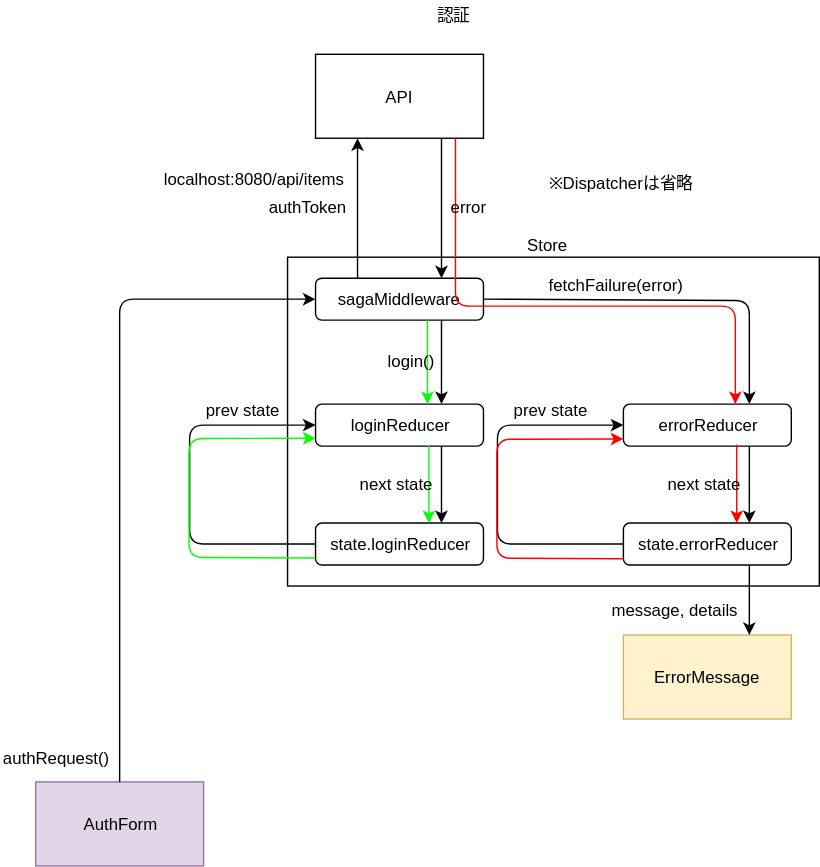
Above: diagram/dataFlow/auth.svg in emgniddikur/react-app (draw.io), before the change. Source tidied: cells renumbered, new cells last; positions are measured from the earlier drawing's top-left corner, leaving out a move shared by most shapes.
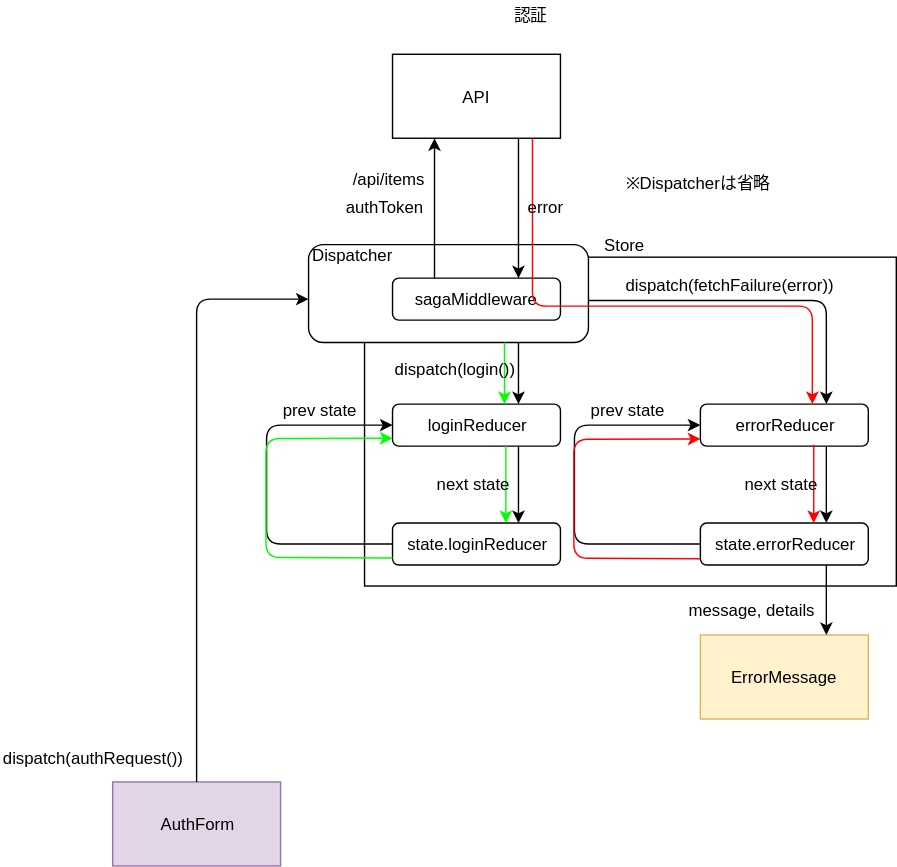
Above is the later version.

Change to the diagram source:
```diff
@@ -2,9 +2,12 @@
   <root>
     <mxCell id="0" />
     <mxCell id="1" parent="0" />
-    <mxCell id="2" style="rounded=0;whiteSpace=wrap;html=1;" parent="1" vertex="1">
-      <mxGeometry x="205" y="183" width="380" height="235" as="geometry" />
-    </mxCell>
+    <mxCell id="41" style="rounded=0;whiteSpace=wrap;html=1;" parent="1" vertex="1">
+      <mxGeometry x="205" y="183" width="380" height="235" as="geometry" />
+    </mxCell>
+    <mxCell id="42" value="Dispatcher&amp;nbsp; &amp;nbsp; &amp;nbsp; &amp;nbsp; &amp;nbsp; &amp;nbsp; &amp;nbsp; &amp;nbsp; &amp;nbsp; &amp;nbsp; &amp;nbsp; &amp;nbsp; &amp;nbsp; &amp;nbsp; &amp;nbsp; &amp;nbsp; &amp;nbsp; &amp;nbsp; &amp;nbsp; &amp;nbsp; &amp;nbsp; &amp;nbsp; &amp;nbsp; &amp;nbsp;&lt;br&gt;&lt;br&gt;&lt;br&gt;&lt;br&gt;" style="rounded=1;whiteSpace=wrap;html=1;" parent="1" vertex="1">
+      <mxGeometry x="165" y="174" width="200" height="70" as="geometry" />
+    </mxCell>
     <mxCell id="3" value="API&lt;br&gt;" style="rounded=0;whiteSpace=wrap;html=1;" parent="1" vertex="1">
       <mxGeometry x="225" y="38" width="120" height="60" as="geometry" />
     </mxCell>
@@ -20,31 +23,34 @@
     <mxCell id="7" value="loginReducer" style="rounded=1;whiteSpace=wrap;html=1;" parent="1" vertex="1">
       <mxGeometry x="225" y="288" width="120" height="30" as="geometry" />
     </mxCell>
-    <mxCell id="8" style="endArrow=classic;html=1;entryX=0.75;entryY=0;entryDx=0;entryDy=0;exitX=0.75;exitY=1;exitDx=0;exitDy=0;" parent="1" edge="1" source="4" target="7">
-      <mxGeometry relative="1" as="geometry" />
-    </mxCell>
+    <mxCell id="43" style="endArrow=classic;html=1;entryX=0.75;entryY=0;entryDx=0;entryDy=0;" parent="1" edge="1" target="7">
+      <mxGeometry relative="1" as="geometry">
+        <mxPoint x="315" y="244" as="sourcePoint" />
+      </mxGeometry>
+    </mxCell>
     <mxCell id="9" value="authToken" style="text;html=1;align=left;verticalAlign=top;spacingTop=-4;" parent="1" vertex="1">
       <mxGeometry x="190" y="138" width="70" height="20" as="geometry" />
     </mxCell>
-    <mxCell id="10" value="localhost:8080/api/items" style="text;html=1;align=left;verticalAlign=top;spacingTop=-4;" parent="1" vertex="1">
-      <mxGeometry x="115" y="118" width="140" height="20" as="geometry" />
-    </mxCell>
+    <mxCell id="44" value="/api/items" style="text;html=1;align=left;verticalAlign=top;spacingTop=-4;" parent="1" vertex="1">
+      <mxGeometry x="195" y="118" width="70" height="20" as="geometry" />
+    </mxCell>
     <mxCell id="11" value="errorReducer&lt;br&gt;" style="rounded=1;whiteSpace=wrap;html=1;" parent="1" vertex="1">
       <mxGeometry x="445" y="288" width="120" height="30" as="geometry" />
     </mxCell>
-    <mxCell id="12" style="endArrow=classic;html=1;entryX=0.75;entryY=0;entryDx=0;entryDy=0;exitX=1;exitY=0.5;exitDx=0;exitDy=0;" parent="1" edge="1" source="4" target="11">
-      <mxGeometry relative="1" as="geometry">
-        <Array as="points">
-          <mxPoint x="535" y="214" />
-        </Array>
-      </mxGeometry>
-    </mxCell>
+    <mxCell id="45" style="endArrow=classic;html=1;entryX=0.75;entryY=0;entryDx=0;entryDy=0;" parent="1" edge="1" target="11">
+      <mxGeometry relative="1" as="geometry">
+        <mxPoint x="365" y="214" as="sourcePoint" />
+        <Array as="points">
+          <mxPoint x="535" y="214" />
+        </Array>
+      </mxGeometry>
+    </mxCell>
     <mxCell id="13" value="state.loginReducer" style="rounded=1;whiteSpace=wrap;html=1;" parent="1" vertex="1">
       <mxGeometry x="225" y="373" width="120" height="30" as="geometry" />
     </mxCell>
-    <mxCell id="14" style="endArrow=classic;html=1;entryX=0.75;entryY=0;entryDx=0;entryDy=0;exitX=0.75;exitY=1;exitDx=0;exitDy=0;" parent="1" edge="1" source="7" target="13">
-      <mxGeometry relative="1" as="geometry" />
-    </mxCell>
+    <mxCell id="46" style="endArrow=classic;html=1;entryX=0.75;entryY=0;entryDx=0;entryDy=0;exitX=0.75;exitY=1;exitDx=0;exitDy=0;" parent="1" edge="1" source="7" target="13">
+      <mxGeometry relative="1" as="geometry" />
+    </mxCell>
     <mxCell id="15" style="endArrow=classic;html=1;entryX=0;entryY=0.5;entryDx=0;entryDy=0;exitX=0;exitY=0.5;exitDx=0;exitDy=0;" parent="1" edge="1" source="13" target="7">
       <mxGeometry relative="1" as="geometry">
         <Array as="points">
@@ -57,32 +63,32 @@
     <mxCell id="16" value="state.errorReducer" style="rounded=1;whiteSpace=wrap;html=1;" parent="1" vertex="1">
       <mxGeometry x="445" y="373" width="120" height="30" as="geometry" />
     </mxCell>
-    <mxCell id="17" style="endArrow=classic;html=1;entryX=0.75;entryY=0;entryDx=0;entryDy=0;" parent="1" edge="1">
-      <mxGeometry relative="1" as="geometry">
-        <mxPoint x="535" y="318" as="sourcePoint" />
-        <mxPoint x="535" y="373" as="targetPoint" />
-      </mxGeometry>
-    </mxCell>
-    <mxCell id="18" value="prev state" style="text;html=1;align=left;verticalAlign=top;spacingTop=-4;" parent="1" vertex="1">
-      <mxGeometry x="145" y="283" width="70" height="20" as="geometry" />
-    </mxCell>
-    <mxCell id="19" style="endArrow=classic;html=1;entryX=0;entryY=0.5;entryDx=0;entryDy=0;exitX=0;exitY=0.5;exitDx=0;exitDy=0;" parent="1" edge="1">
-      <mxGeometry relative="1" as="geometry">
-        <mxPoint x="445" y="388" as="sourcePoint" />
-        <mxPoint x="445" y="303" as="targetPoint" />
-        <Array as="points">
-          <mxPoint x="355" y="388" />
-          <mxPoint x="355" y="348" />
-          <mxPoint x="355" y="303" />
-        </Array>
-      </mxGeometry>
-    </mxCell>
-    <mxCell id="20" value="prev state" style="text;html=1;align=left;verticalAlign=top;spacingTop=-4;" parent="1" vertex="1">
-      <mxGeometry x="365" y="283" width="70" height="20" as="geometry" />
-    </mxCell>
-    <mxCell id="21" value="fetchFailure(error)" style="text;html=1;align=left;verticalAlign=top;spacingTop=-4;" parent="1" vertex="1">
-      <mxGeometry x="390" y="194" width="110" height="20" as="geometry" />
-    </mxCell>
+    <mxCell id="47" style="endArrow=classic;html=1;entryX=0.75;entryY=0;entryDx=0;entryDy=0;" parent="1" edge="1">
+      <mxGeometry relative="1" as="geometry">
+        <mxPoint x="535" y="318" as="sourcePoint" />
+        <mxPoint x="535" y="373" as="targetPoint" />
+      </mxGeometry>
+    </mxCell>
+    <mxCell id="48" value="prev state" style="text;html=1;align=left;verticalAlign=top;spacingTop=-4;" parent="1" vertex="1">
+      <mxGeometry x="145" y="283" width="70" height="20" as="geometry" />
+    </mxCell>
+    <mxCell id="49" style="endArrow=classic;html=1;entryX=0;entryY=0.5;entryDx=0;entryDy=0;exitX=0;exitY=0.5;exitDx=0;exitDy=0;" parent="1" edge="1">
+      <mxGeometry relative="1" as="geometry">
+        <mxPoint x="445" y="388" as="sourcePoint" />
+        <mxPoint x="445" y="303" as="targetPoint" />
+        <Array as="points">
+          <mxPoint x="355" y="388" />
+          <mxPoint x="355" y="348" />
+          <mxPoint x="355" y="303" />
+        </Array>
+      </mxGeometry>
+    </mxCell>
+    <mxCell id="50" value="prev state" style="text;html=1;align=left;verticalAlign=top;spacingTop=-4;" parent="1" vertex="1">
+      <mxGeometry x="365" y="283" width="70" height="20" as="geometry" />
+    </mxCell>
+    <mxCell id="51" value="dispatch(fetchFailure(error))" style="text;html=1;align=left;verticalAlign=top;spacingTop=-4;" parent="1" vertex="1">
+      <mxGeometry x="390" y="194" width="160" height="20" as="geometry" />
+    </mxCell>
     <mxCell id="22" value="AuthForm" style="rounded=0;whiteSpace=wrap;html=1;fillColor=#e1d5e7;strokeColor=#9673a6;" parent="1" vertex="1">
       <mxGeometry x="25" y="558" width="120" height="60" as="geometry" />
     </mxCell>
@@ -95,70 +101,72 @@
     <mxCell id="25" value="message, details&lt;br&gt;" style="text;html=1;align=left;verticalAlign=top;spacingTop=-4;" parent="1" vertex="1">
       <mxGeometry x="435" y="425.5" width="110" height="20" as="geometry" />
     </mxCell>
-    <mxCell id="26" style="endArrow=classic;html=1;entryX=0;entryY=0.5;entryDx=0;entryDy=0;exitX=0.5;exitY=0;exitDx=0;exitDy=0;" parent="1" edge="1" source="22" target="4">
-      <mxGeometry relative="1" as="geometry">
-        <Array as="points">
-          <mxPoint x="85" y="213" />
-        </Array>
-      </mxGeometry>
-    </mxCell>
-    <mxCell id="27" value="authRequest()" style="text;html=1;align=left;verticalAlign=top;spacingTop=-4;" parent="1" vertex="1">
-      <mxGeometry y="532" width="90" height="20" as="geometry" />
-    </mxCell>
-    <mxCell id="28" style="endArrow=classic;html=1;strokeColor=#FF0000;entryX=0.667;entryY=0.013;entryDx=0;entryDy=0;entryPerimeter=0;" parent="1" edge="1" target="11">
-      <mxGeometry relative="1" as="geometry">
-        <mxPoint x="325" y="98" as="sourcePoint" />
-        <Array as="points">
-          <mxPoint x="325" y="218" />
-          <mxPoint x="525" y="218" />
-        </Array>
-      </mxGeometry>
-    </mxCell>
+    <mxCell id="52" style="endArrow=classic;html=1;exitX=0.5;exitY=0;exitDx=0;exitDy=0;" parent="1" edge="1" source="22">
+      <mxGeometry relative="1" as="geometry">
+        <mxPoint x="165" y="213" as="targetPoint" />
+        <Array as="points">
+          <mxPoint x="85" y="213" />
+        </Array>
+      </mxGeometry>
+    </mxCell>
+    <mxCell id="53" value="dispatch(authRequest())" style="text;html=1;align=left;verticalAlign=top;spacingTop=-4;" parent="1" vertex="1">
+      <mxGeometry x="-55" y="532" width="140" height="20" as="geometry" />
+    </mxCell>
+    <mxCell id="54" style="endArrow=classic;html=1;strokeColor=#FF0000;entryX=0.667;entryY=0.013;entryDx=0;entryDy=0;entryPerimeter=0;" parent="1" edge="1" target="11">
+      <mxGeometry relative="1" as="geometry">
+        <mxPoint x="325" y="98" as="sourcePoint" />
+        <Array as="points">
+          <mxPoint x="325" y="218" />
+          <mxPoint x="525" y="218" />
+        </Array>
+      </mxGeometry>
+    </mxCell>
     <mxCell id="29" style="endArrow=classic;html=1;strokeColor=#FF0000;exitX=0.671;exitY=0.983;exitDx=0;exitDy=0;exitPerimeter=0;entryX=0.671;entryY=0;entryDx=0;entryDy=0;entryPerimeter=0;" parent="1" edge="1" source="11" target="16">
       <mxGeometry relative="1" as="geometry" />
     </mxCell>
-    <mxCell id="30" style="endArrow=classic;html=1;strokeColor=#00FF00;exitX=0.665;exitY=1;exitDx=0;exitDy=0;exitPerimeter=0;" parent="1" edge="1" source="4">
-      <mxGeometry relative="1" as="geometry">
-        <mxPoint x="305" y="288" as="targetPoint" />
-      </mxGeometry>
-    </mxCell>
-    <mxCell id="31" style="endArrow=classic;html=1;strokeColor=#00FF00;entryX=0.675;entryY=0;entryDx=0;entryDy=0;entryPerimeter=0;exitX=0.671;exitY=1;exitDx=0;exitDy=0;exitPerimeter=0;" parent="1" edge="1" source="7" target="13">
-      <mxGeometry relative="1" as="geometry" />
-    </mxCell>
-    <mxCell id="32" style="endArrow=classic;html=1;entryX=0;entryY=0.5;entryDx=0;entryDy=0;exitX=0;exitY=0.5;exitDx=0;exitDy=0;strokeColor=#00FF00;" parent="1" edge="1">
-      <mxGeometry relative="1" as="geometry">
-        <mxPoint x="225" y="398" as="sourcePoint" />
-        <mxPoint x="225" y="312.4" as="targetPoint" />
-        <Array as="points">
-          <mxPoint x="134.6" y="397.6" />
-          <mxPoint x="134.6" y="357.6" />
-          <mxPoint x="134.6" y="312.6" />
-        </Array>
-      </mxGeometry>
-    </mxCell>
+    <mxCell id="55" style="endArrow=classic;html=1;strokeColor=#00FF00;" parent="1" edge="1">
+      <mxGeometry relative="1" as="geometry">
+        <mxPoint x="305" y="244" as="sourcePoint" />
+        <mxPoint x="305" y="288" as="targetPoint" />
+      </mxGeometry>
+    </mxCell>
+    <mxCell id="56" style="endArrow=classic;html=1;strokeColor=#00FF00;entryX=0.675;entryY=0;entryDx=0;entryDy=0;entryPerimeter=0;exitX=0.671;exitY=1;exitDx=0;exitDy=0;exitPerimeter=0;" parent="1" edge="1" source="7" target="13">
+      <mxGeometry relative="1" as="geometry" />
+    </mxCell>
+    <mxCell id="57" style="endArrow=classic;html=1;entryX=0;entryY=0.5;entryDx=0;entryDy=0;exitX=0;exitY=0.5;exitDx=0;exitDy=0;strokeColor=#00FF00;" parent="1" edge="1">
+      <mxGeometry relative="1" as="geometry">
+        <mxPoint x="225" y="398" as="sourcePoint" />
+        <mxPoint x="225" y="312.4" as="targetPoint" />
+        <Array as="points">
+          <mxPoint x="134.6" y="397.6" />
+          <mxPoint x="134.6" y="357.6" />
+          <mxPoint x="134.6" y="312.6" />
+        </Array>
+      </mxGeometry>
+    </mxCell>
     <mxCell id="33" value="error" style="text;html=1;align=left;verticalAlign=top;spacingTop=-4;" parent="1" vertex="1">
       <mxGeometry x="320" y="138" width="40" height="20" as="geometry" />
     </mxCell>
-    <mxCell id="34" value="login()" style="text;html=1;align=left;verticalAlign=top;spacingTop=-4;" parent="1" vertex="1">
-      <mxGeometry x="275" y="248" width="50" height="20" as="geometry" />
-    </mxCell>
-    <mxCell id="35" value="next state" style="text;html=1;align=left;verticalAlign=top;spacingTop=-4;" parent="1" vertex="1">
-      <mxGeometry x="475" y="335.5" width="70" height="20" as="geometry" />
-    </mxCell>
-    <mxCell id="36" value="next state" style="text;html=1;align=left;verticalAlign=top;spacingTop=-4;" parent="1" vertex="1">
-      <mxGeometry x="255" y="335.5" width="70" height="20" as="geometry" />
-    </mxCell>
-    <mxCell id="37" style="endArrow=classic;html=1;entryX=0;entryY=0.5;entryDx=0;entryDy=0;exitX=0;exitY=0.5;exitDx=0;exitDy=0;fillColor=#a20025;strokeColor=#FF0000;" parent="1" edge="1">
-      <mxGeometry relative="1" as="geometry">
-        <mxPoint x="445" y="398.5" as="sourcePoint" />
-        <mxPoint x="445" y="312.9" as="targetPoint" />
-        <Array as="points">
-          <mxPoint x="354.6" y="398.1" />
-          <mxPoint x="354.6" y="358.1" />
-          <mxPoint x="354.6" y="313.1" />
-        </Array>
-      </mxGeometry>
-    </mxCell>
+    <mxCell id="58" value="dispatch(login())" style="text;html=1;align=left;verticalAlign=top;spacingTop=-4;" parent="1" vertex="1">
+      <mxGeometry x="225" y="254" width="100" height="20" as="geometry" />
+    </mxCell>
+    <mxCell id="59" value="next state" style="text;html=1;align=left;verticalAlign=top;spacingTop=-4;" parent="1" vertex="1">
+      <mxGeometry x="475" y="335.5" width="70" height="20" as="geometry" />
+    </mxCell>
+    <mxCell id="60" value="next state" style="text;html=1;align=left;verticalAlign=top;spacingTop=-4;" parent="1" vertex="1">
+      <mxGeometry x="255" y="335.5" width="70" height="20" as="geometry" />
+    </mxCell>
+    <mxCell id="61" style="endArrow=classic;html=1;entryX=0;entryY=0.5;entryDx=0;entryDy=0;exitX=0;exitY=0.5;exitDx=0;exitDy=0;fillColor=#a20025;strokeColor=#FF0000;" parent="1" edge="1">
+      <mxGeometry relative="1" as="geometry">
+        <mxPoint x="445" y="398.5" as="sourcePoint" />
+        <mxPoint x="445" y="312.9" as="targetPoint" />
+        <Array as="points">
+          <mxPoint x="354.6" y="398.1" />
+          <mxPoint x="354.6" y="358.1" />
+          <mxPoint x="354.6" y="313.1" />
+        </Array>
+      </mxGeometry>
+    </mxCell>
     <mxCell id="38" value="※Dispatcherは省略" style="text;html=1;align=left;verticalAlign=top;spacingTop=-4;" parent="1" vertex="1">
       <mxGeometry x="390" y="120.5" width="120" height="20" as="geometry" />
     </mxCell>
```
